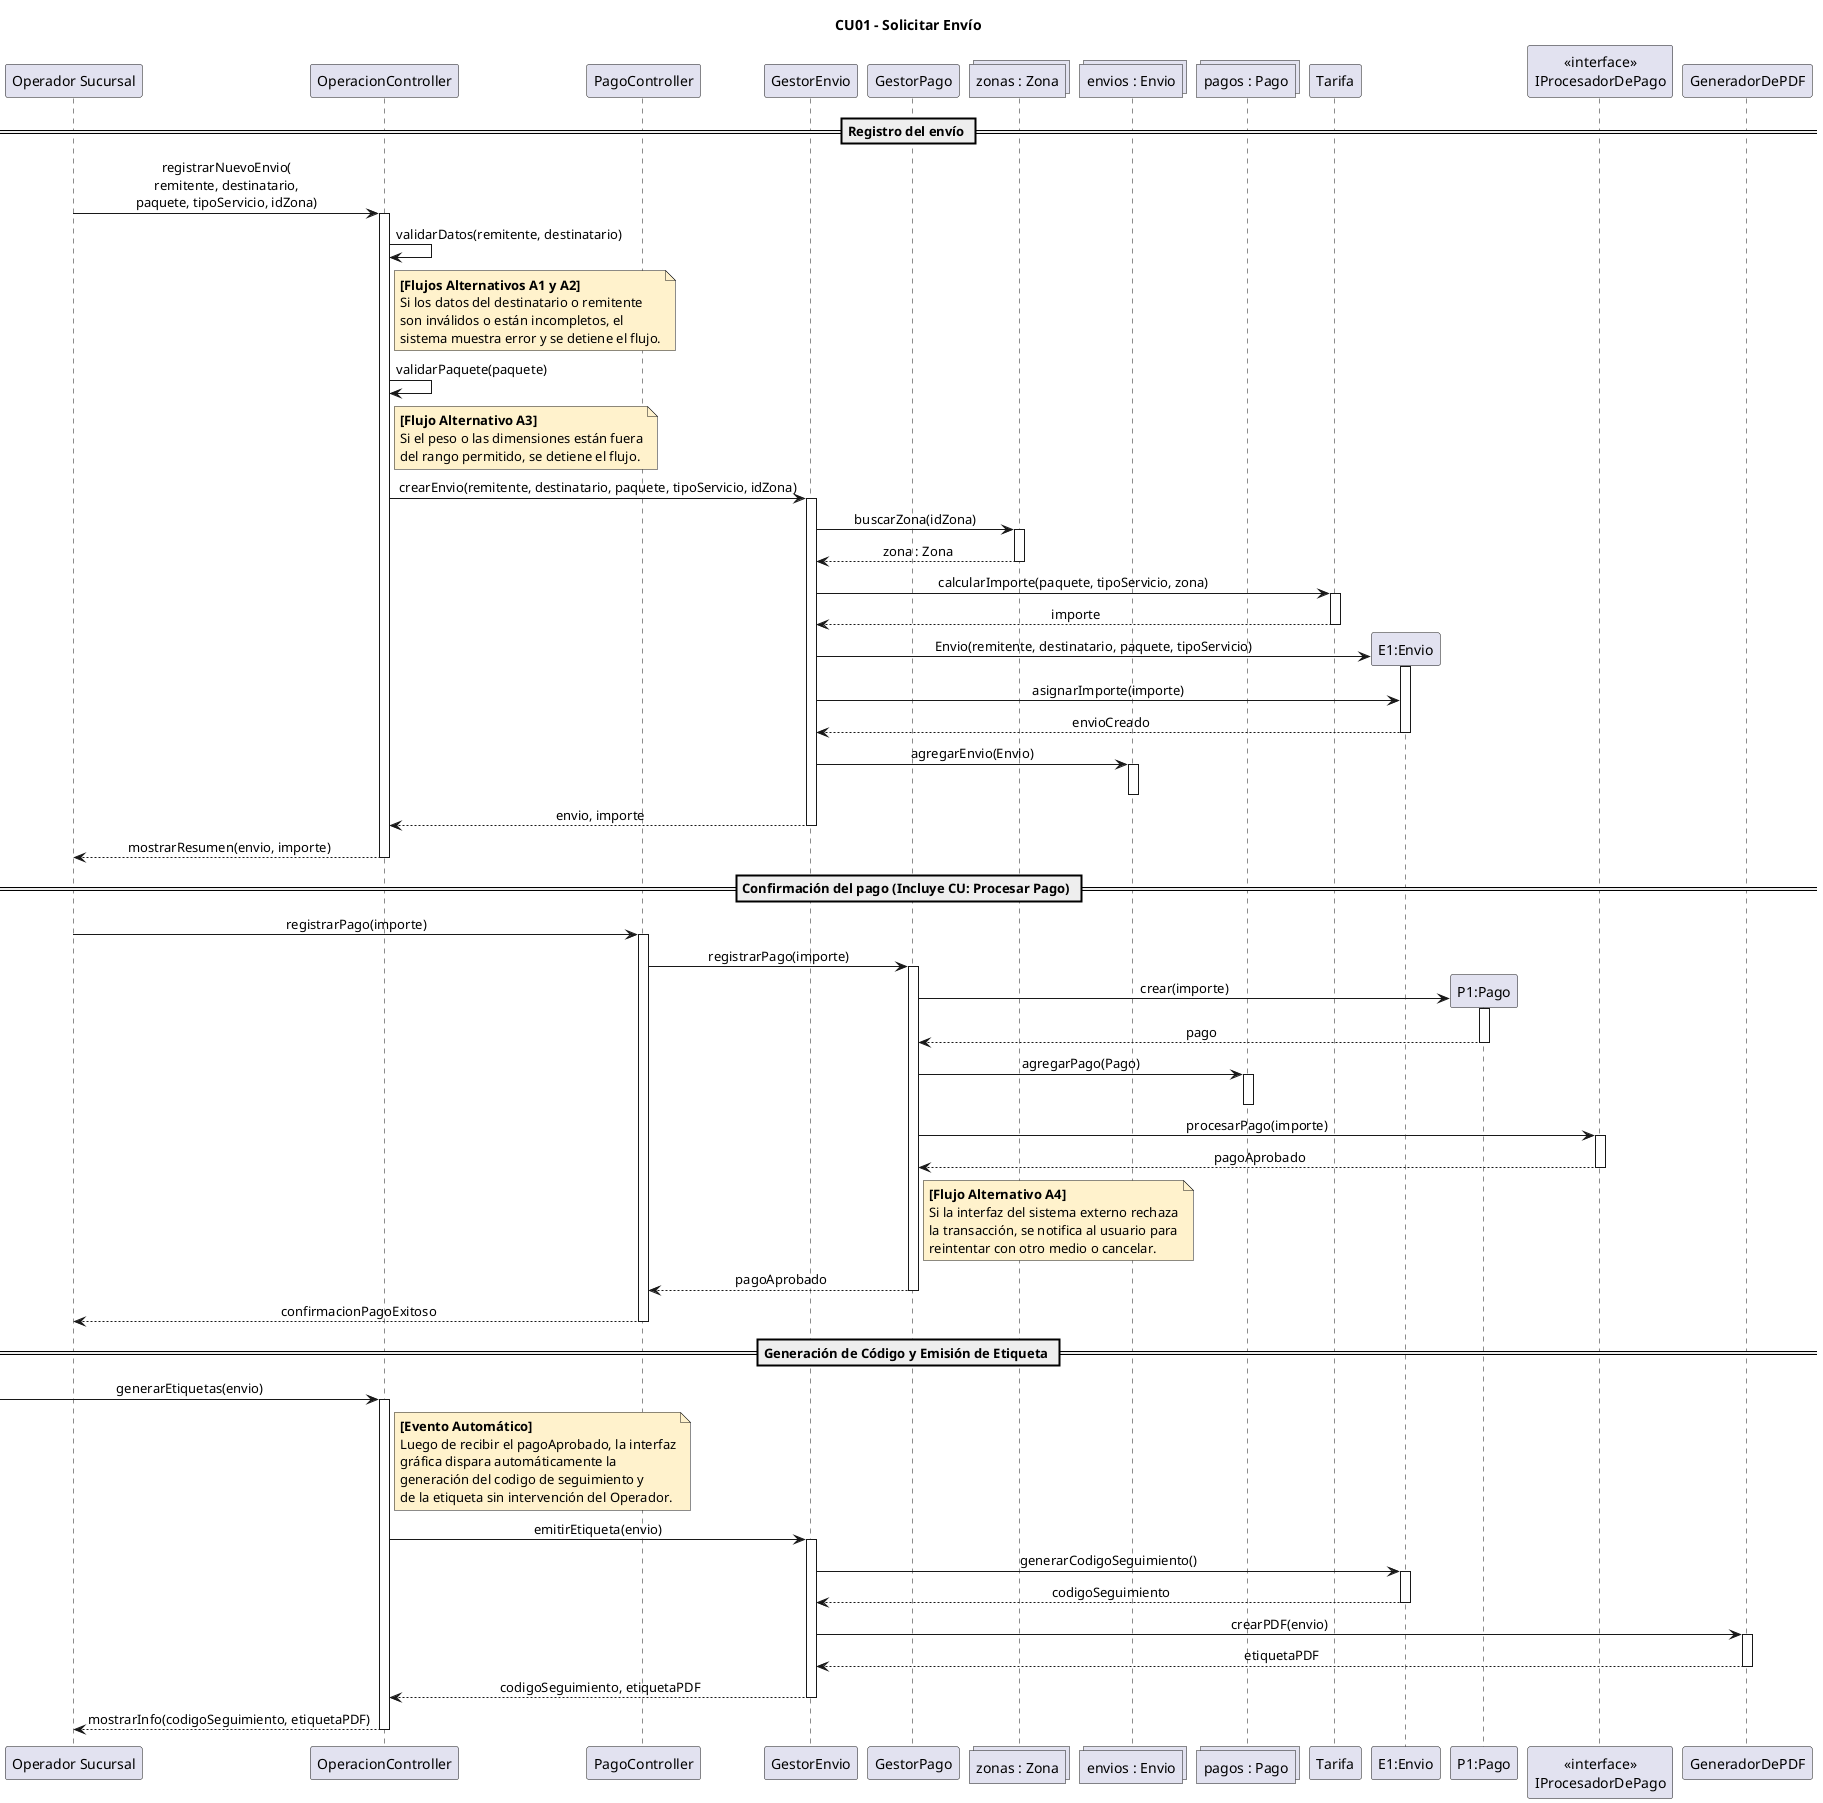
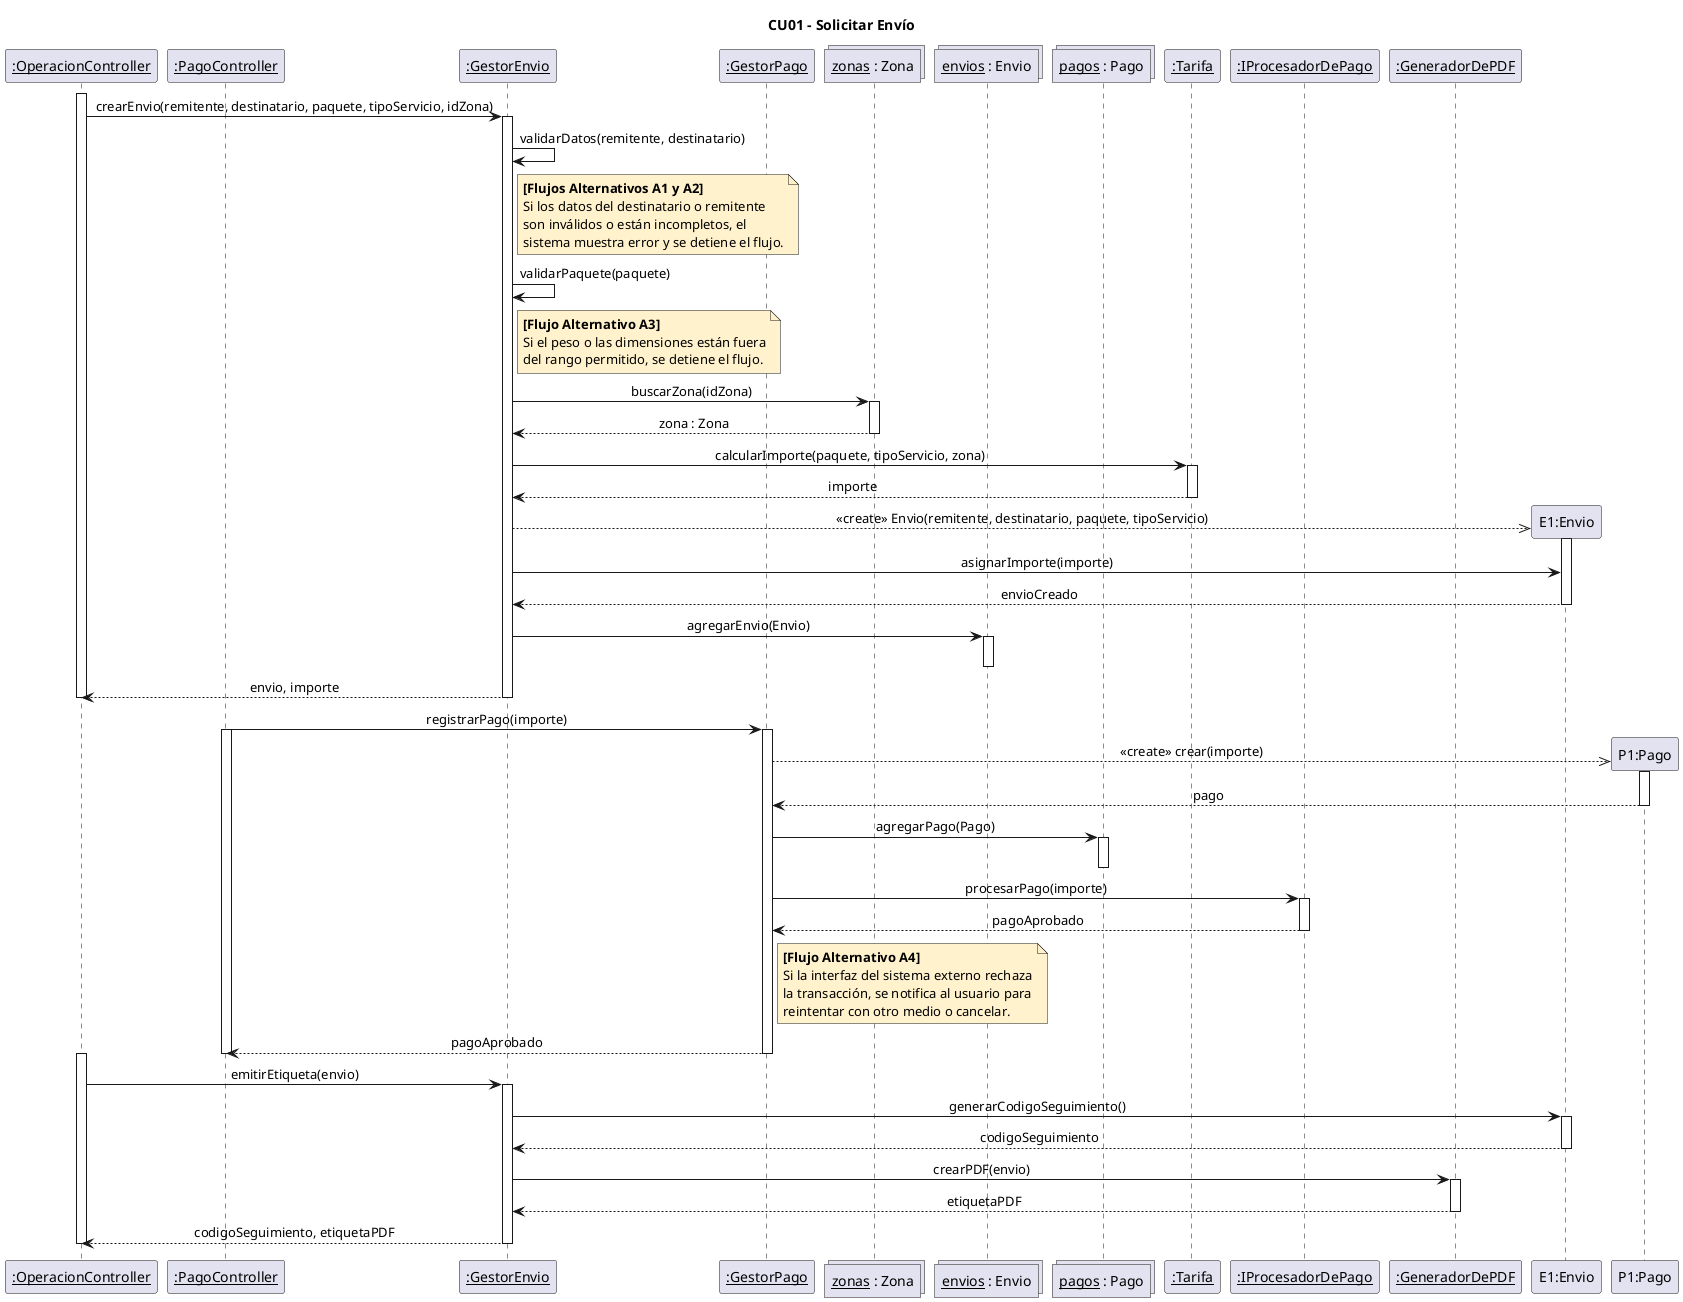
@startuml
title CU01 - Solicitar Envío
+ 
skinparam Shadowing false
skinparam sequenceMessageAlign center
skinparam responseMessageBelowArrow true
skinparam NoteBackgroundColor #FFF2CC

- participant "Operador Sucursal" as Operador
- participant "OperacionController" as OC
- participant "PagoController" as PC
- participant "GestorEnvio" as GE
- participant "GestorPago" as GP
+ ' PARTICIPANTES (Objetos Anónimos y Concretos con nombres subrayados)
+ participant "<u>:OperacionController</u>" as OC
+ participant "<u>:PagoController</u>" as PC
+ participant "<u>:GestorEnvio</u>" as GE
+ participant "<u>:GestorPago</u>" as GP

' MULTIOBJETOS
- collections "zonas : Zona" as RepoZonas
- collections "envios : Envio" as RepoEnvios
- collections "pagos : Pago" as RepoPagos
+ collections "<u>zonas</u> : Zona" as RepoZonas
+ collections "<u>envios</u> : Envio" as RepoEnvios
+ collections "<u>pagos</u> : Pago" as RepoPagos

- participant "Tarifa" as Tarifa
- participant "E1:Envio" as Envio
- participant "P1:Pago" as Pago
- participant "<<interface>>\nIProcesadorDePago" as IPago
- participant "GeneradorDePDF" as GeneradorPDF
+ participant "<u>:Tarifa</u>" as Tarifa

- == Registro del envío ==
- Operador -> OC : registrarNuevoEnvio(\nremitente, destinatario,\npaquete, tipoServicio, idZona)
+ participant "<u>:IProcesadorDePago</u>" as IPago
+ participant "<u>:GeneradorDePDF</u>" as GeneradorPDF
+ 
+ ' --- INICIO DEL FLUJO ---
+ 
activate OC

- ' VALIDACIONES Y NOTAS DE FLUJOS ALTERNATIVOS
- OC -> OC : validarDatos(remitente, destinatario)
- note right of OC
-   **[Flujos Alternativos A1 y A2]**
-   Si los datos del destinatario o remitente
-   son inválidos o están incompletos, el
-   sistema muestra error y se detiene el flujo.
- end note
+   OC -> GE : crearEnvio(remitente, destinatario, paquete, tipoServicio, idZona)
+   activate GE

- OC -> OC : validarPaquete(paquete)
- note right of OC
-   **[Flujo Alternativo A3]**
-   Si el peso o las dimensiones están fuera
-   del rango permitido, se detiene el flujo.
- end note
+       ' VALIDACIONES EN EL GESTOR
+       GE -> GE : validarDatos(remitente, destinatario)
+       note right of GE
+         **[Flujos Alternativos A1 y A2]**
+         Si los datos del destinatario o remitente
+         son inválidos o están incompletos, el
+         sistema muestra error y se detiene el flujo.
+       end note

- OC -> GE : crearEnvio(remitente, destinatario, paquete, tipoServicio, idZona)
- activate GE
+       GE -> GE : validarPaquete(paquete)
+       note right of GE
+         **[Flujo Alternativo A3]**
+         Si el peso o las dimensiones están fuera
+         del rango permitido, se detiene el flujo.
+       end note

- GE -> RepoZonas : buscarZona(idZona)
- activate RepoZonas
- RepoZonas --> GE : zona : Zona
- deactivate RepoZonas
+       GE -> RepoZonas : buscarZona(idZona)
+       activate RepoZonas
+           RepoZonas --> GE : zona : Zona
+       deactivate RepoZonas

- GE -> Tarifa : calcularImporte(paquete, tipoServicio, zona)
- activate Tarifa
- Tarifa --> GE : importe
- deactivate Tarifa
+       GE -> Tarifa : calcularImporte(paquete, tipoServicio, zona)
+       activate Tarifa
+           Tarifa --> GE : importe
+       deactivate Tarifa

- create Envio
- GE -> Envio : Envio(remitente, destinatario, paquete, tipoServicio)
- activate Envio
- GE -> Envio : asignarImporte(importe)
- Envio --> GE : envioCreado
- deactivate Envio

- ' GUARDADO DEL ENVÍO
- GE -> RepoEnvios : agregarEnvio(Envio)
- activate RepoEnvios
- deactivate RepoEnvios

- GE --> OC : envio, importe
- deactivate GE
+       create participant "E1:Envio" as Envio
+       GE -->> Envio : <<create>> Envio(remitente, destinatario, paquete, tipoServicio)
+       activate Envio
+           GE -> Envio : asignarImporte(importe)
+           Envio --> GE : envioCreado
+       deactivate Envio

- OC --> Operador : mostrarResumen(envio, importe)
+       ' GUARDADO DEL ENVÍO
+       GE -> RepoEnvios : agregarEnvio(Envio)
+       activate RepoEnvios
+       deactivate RepoEnvios
+ 
+       GE --> OC : envio, importe
+   deactivate GE
deactivate OC

- == Confirmación del pago (Incluye CU: Procesar Pago) ==
- ' EL ACTOR AHORA INTERACTÚA CON EL CONTROLADOR DE PAGOS
- Operador -> PC : registrarPago(importe)
- activate PC
+ ' --- PROCESO DE PAGO ---

PC -> GP : registrarPago(importe)
+ activate PC
activate GP

- create Pago
- GP -> Pago : crear(importe)
- activate Pago
- Pago --> GP : pago
- deactivate Pago
+     create participant "P1:Pago" as Pago
+     GP -->> Pago : <<create>> crear(importe)
+     activate Pago
+         Pago --> GP : pago
+     deactivate Pago

- ' GUARDADO DEL PAGO
- GP -> RepoPagos : agregarPago(Pago)
- activate RepoPagos
- deactivate RepoPagos
+     ' GUARDADO DEL PAGO
+     GP -> RepoPagos : agregarPago(Pago)
+     activate RepoPagos
+     deactivate RepoPagos

- ' APLICANDO POLIMORFISMO Y VARIACIONES PROTEGIDAS
- GP -> IPago : procesarPago(importe)
- activate IPago
- IPago --> GP : pagoAprobado
- deactivate IPago
+     ' APLICANDO POLIMORFISMO Y VARIACIONES PROTEGIDAS
+     GP -> IPago : procesarPago(importe)
+     activate IPago
+         IPago --> GP : pagoAprobado
+     deactivate IPago

- note right of GP
-   **[Flujo Alternativo A4]**
-   Si la interfaz del sistema externo rechaza
-   la transacción, se notifica al usuario para
-   reintentar con otro medio o cancelar.
- end note
+     note right of GP
+       **[Flujo Alternativo A4]**
+       Si la interfaz del sistema externo rechaza
+       la transacción, se notifica al usuario para
+       reintentar con otro medio o cancelar.
+     end note

- ' EL GESTOR DE PAGO TERMINA SU RESPONSABILIDAD
- GP --> PC : pagoAprobado
+     ' EL GESTOR DE PAGO TERMINA SU RESPONSABILIDAD
+     GP --> PC : pagoAprobado
deactivate GP
- 
- PC --> Operador : confirmacionPagoExitoso
deactivate PC

- == Generación de Código y Emisión de Etiqueta ==
- ' EL EVENTO SE DISPARA AUTOMÁTICAMENTE DESDE LA INTERFAZ
- [-> OC : generarEtiquetas(envio)
- note right of OC
-   **[Evento Automático]**
-   Luego de recibir el pagoAprobado, la interfaz
-   gráfica dispara automáticamente la
-   generación del codigo de seguimiento y
-   de la etiqueta sin intervención del Operador.
- end note
+ ' --- EMISIÓN DE ETIQUETA ---
+ 
activate OC

OC -> GE : emitirEtiqueta(envio)
activate GE

- ' APLICANDO EXPERTO EN INFORMACIÓN
- GE -> Envio : generarCodigoSeguimiento()
- activate Envio
- Envio --> GE : codigoSeguimiento
- deactivate Envio
+     ' APLICANDO EXPERTO EN INFORMACIÓN
+     GE -> Envio : generarCodigoSeguimiento()
+     activate Envio
+         Envio --> GE : codigoSeguimiento
+     deactivate Envio

- ' EMISIÓN DE ETIQUETA APLICANDO FABRICACIÓN PURA
- GE -> GeneradorPDF : crearPDF(envio)
- activate GeneradorPDF
- GeneradorPDF --> GE : etiquetaPDF
- deactivate GeneradorPDF
+     ' EMISIÓN DE ETIQUETA APLICANDO FABRICACIÓN PURA
+     GE -> GeneradorPDF : crearPDF(envio)
+     activate GeneradorPDF
+         GeneradorPDF --> GE : etiquetaPDF
+     deactivate GeneradorPDF

- GE --> OC : codigoSeguimiento, etiquetaPDF
+     GE --> OC : codigoSeguimiento, etiquetaPDF
deactivate GE

- ' EL SISTEMA LE MUESTRA EL RESULTADO FINAL AL OPERADOR
- OC --> Operador : mostrarInfo(codigoSeguimiento, etiquetaPDF)
+ ' EL SISTEMA LE MUESTRA EL RESULTADO FINAL A LA INTERFAZ
deactivate OC
- @enduml
+ 
+ @enduml